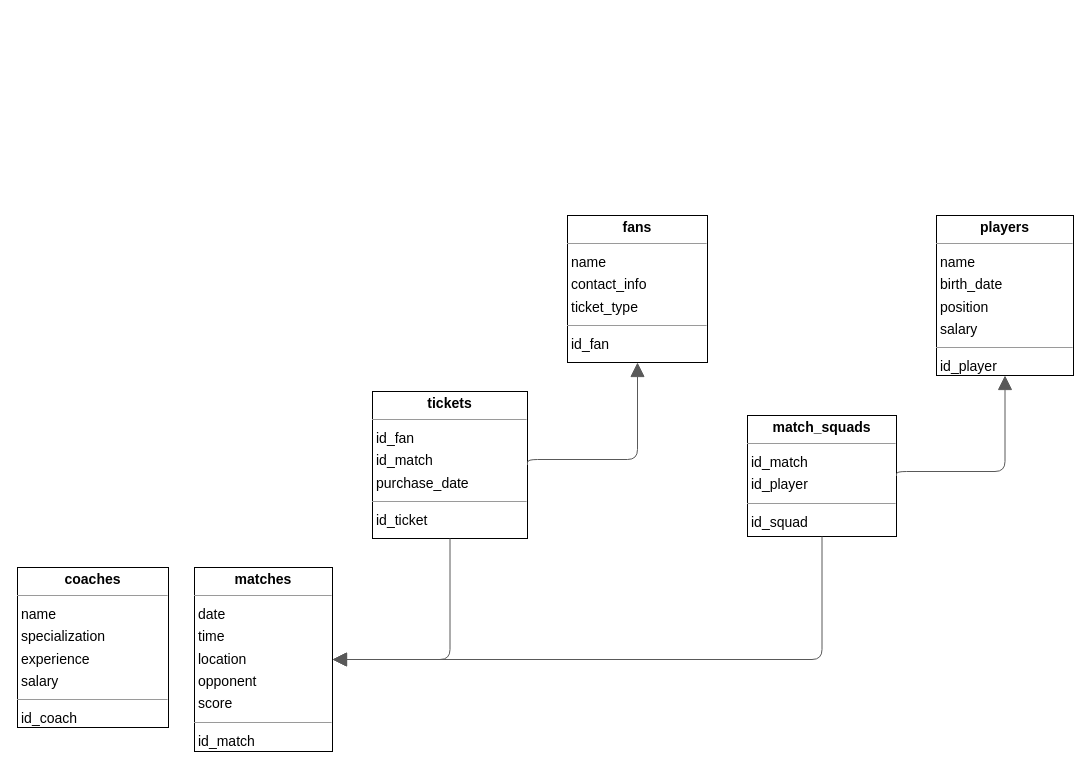
This is dasha_infological_model.drawio from knorke102/schemes, a draw.io file, before an edit. Source tidied: cells renumbered, new cells numbered last; positions are measured from the earlier drawing's top-left corner, leaving out a move shared by most shapes. Both pictures are drawn from the tidied source at 100%, with x=0, y=0 at pixel (17, 215).
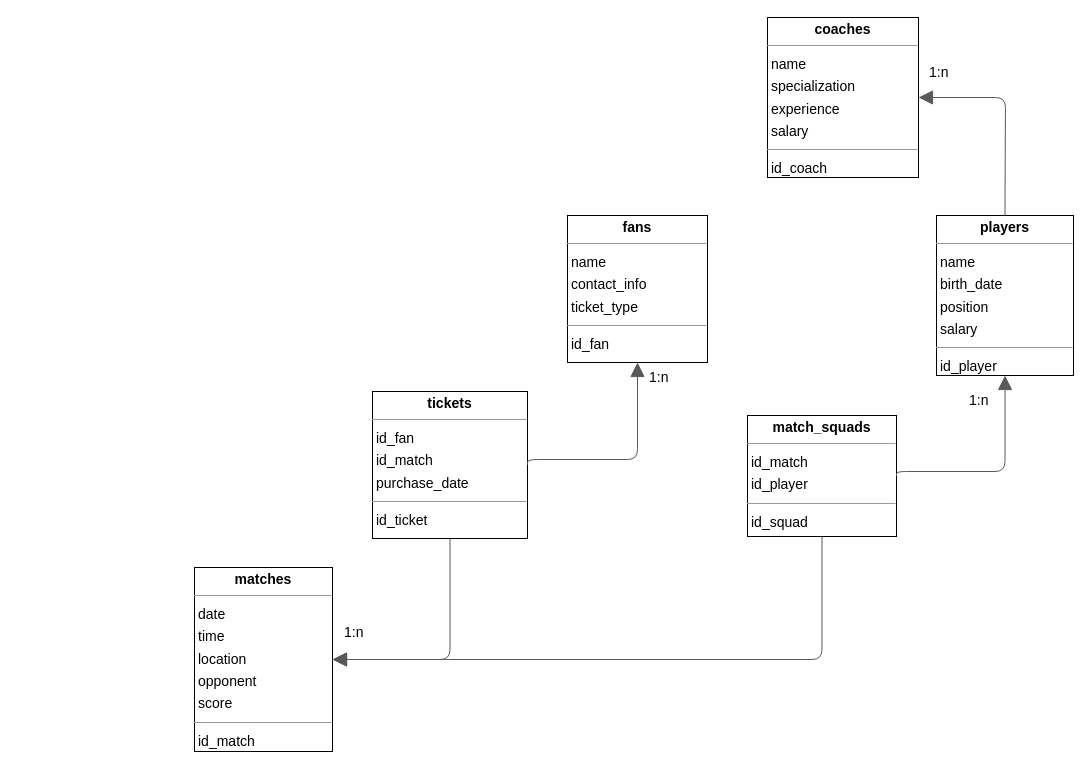
After the change.

The change refers to these unchanged cells:
```xml
<mxCell id="6" value="&lt;p style=&quot;margin:0px;margin-top:4px;text-align:center;&quot;&gt;&lt;b&gt;players&lt;/b&gt;&lt;/p&gt;&lt;hr size=&quot;1&quot;&gt;&lt;p style=&quot;margin:0 0 0 4px;line-height:1.6;&quot;&gt; name&lt;br&gt; birth_date&lt;br&gt; position&lt;br&gt; salary&lt;/p&gt;&lt;hr size=&quot;1&quot;&gt;&lt;p style=&quot;margin:0 0 0 4px;line-height:1.6;&quot;&gt; id_player&lt;/p&gt;" style="verticalAlign=top;align=left;overflow=fill;fontSize=14;fontFamily=Helvetica;html=1;rounded=0;shadow=0;comic=0;labelBackgroundColor=none;strokeWidth=1;" parent="1" vertex="1">
  <mxGeometry x="919" width="137" height="160" as="geometry" />
</mxCell>
```

What changed in the source:
```diff
@@
     <mxCell id="2" value="&lt;p style=&quot;margin:0px;margin-top:4px;text-align:center;&quot;&gt;&lt;b&gt;coaches&lt;/b&gt;&lt;/p&gt;&lt;hr size=&quot;1&quot;&gt;&lt;p style=&quot;margin:0 0 0 4px;line-height:1.6;&quot;&gt; name&lt;br&gt; specialization&lt;br&gt; experience&lt;br&gt; salary&lt;/p&gt;&lt;hr size=&quot;1&quot;&gt;&lt;p style=&quot;margin:0 0 0 4px;line-height:1.6;&quot;&gt; id_coach&lt;/p&gt;" style="verticalAlign=top;align=left;overflow=fill;fontSize=14;fontFamily=Helvetica;html=1;rounded=0;shadow=0;comic=0;labelBackgroundColor=none;strokeWidth=1;" parent="1" vertex="1">
-      <mxGeometry y="352" width="151" height="160" as="geometry" />
+      <mxGeometry x="750" y="-198" width="151" height="160" as="geometry" />
     </mxCell>
@@
+    <mxCell id="12" style="html=1;rounded=1;edgeStyle=orthogonalEdgeStyle;dashed=0;startArrow=none;endArrow=block;endSize=12;strokeColor=#595959;exitX=0.5;exitY=0;exitDx=0;exitDy=0;entryX=1;entryY=0.5;entryDx=0;entryDy=0;" parent="1" edge="1" source="6" target="2">
+      <mxGeometry relative="1" as="geometry">
+        <Array as="points">
+          <mxPoint x="988" y="-12" />
+          <mxPoint x="988" y="-118" />
+        </Array>
+      </mxGeometry>
+    </mxCell>
+    <mxCell id="13" value="&lt;span style=&quot;color: rgb(0, 0, 0); font-family: Helvetica; font-size: 14px; font-style: normal; font-variant-ligatures: normal; font-variant-caps: normal; font-weight: 400; letter-spacing: normal; orphans: 2; text-align: left; text-indent: 0px; text-transform: none; widows: 2; word-spacing: 0px; -webkit-text-stroke-width: 0px; white-space: nowrap; background-color: rgb(255, 255, 255); text-decoration-thickness: initial; text-decoration-style: initial; text-decoration-color: initial; float: none; display: inline !important;&quot;&gt;1:n&lt;/span&gt;" style="text;whiteSpace=wrap;html=1;" parent="1" vertex="1">
+      <mxGeometry x="950" y="170" width="30" height="30" as="geometry" />
+    </mxCell>
+    <mxCell id="14" value="&lt;span style=&quot;color: rgb(0, 0, 0); font-family: Helvetica; font-size: 14px; font-style: normal; font-variant-ligatures: normal; font-variant-caps: normal; font-weight: 400; letter-spacing: normal; orphans: 2; text-align: left; text-indent: 0px; text-transform: none; widows: 2; word-spacing: 0px; -webkit-text-stroke-width: 0px; white-space: nowrap; background-color: rgb(255, 255, 255); text-decoration-thickness: initial; text-decoration-style: initial; text-decoration-color: initial; float: none; display: inline !important;&quot;&gt;1:n&lt;/span&gt;" style="text;whiteSpace=wrap;html=1;" parent="1" vertex="1">
+      <mxGeometry x="325" y="402" width="30" height="30" as="geometry" />
+    </mxCell>
+    <mxCell id="15" value="&lt;span style=&quot;color: rgb(0, 0, 0); font-family: Helvetica; font-size: 14px; font-style: normal; font-variant-ligatures: normal; font-variant-caps: normal; font-weight: 400; letter-spacing: normal; orphans: 2; text-align: left; text-indent: 0px; text-transform: none; widows: 2; word-spacing: 0px; -webkit-text-stroke-width: 0px; white-space: nowrap; background-color: rgb(255, 255, 255); text-decoration-thickness: initial; text-decoration-style: initial; text-decoration-color: initial; float: none; display: inline !important;&quot;&gt;1:n&lt;/span&gt;" style="text;whiteSpace=wrap;html=1;" parent="1" vertex="1">
+      <mxGeometry x="630" y="147" width="30" height="30" as="geometry" />
+    </mxCell>
+    <mxCell id="16" value="&lt;span style=&quot;color: rgb(0, 0, 0); font-family: Helvetica; font-size: 14px; font-style: normal; font-variant-ligatures: normal; font-variant-caps: normal; font-weight: 400; letter-spacing: normal; orphans: 2; text-align: left; text-indent: 0px; text-transform: none; widows: 2; word-spacing: 0px; -webkit-text-stroke-width: 0px; white-space: nowrap; background-color: rgb(255, 255, 255); text-decoration-thickness: initial; text-decoration-style: initial; text-decoration-color: initial; float: none; display: inline !important;&quot;&gt;1:n&lt;/span&gt;" style="text;whiteSpace=wrap;html=1;" parent="1" vertex="1">
+      <mxGeometry x="910" y="-158" width="30" height="30" as="geometry" />
+    </mxCell>
```
